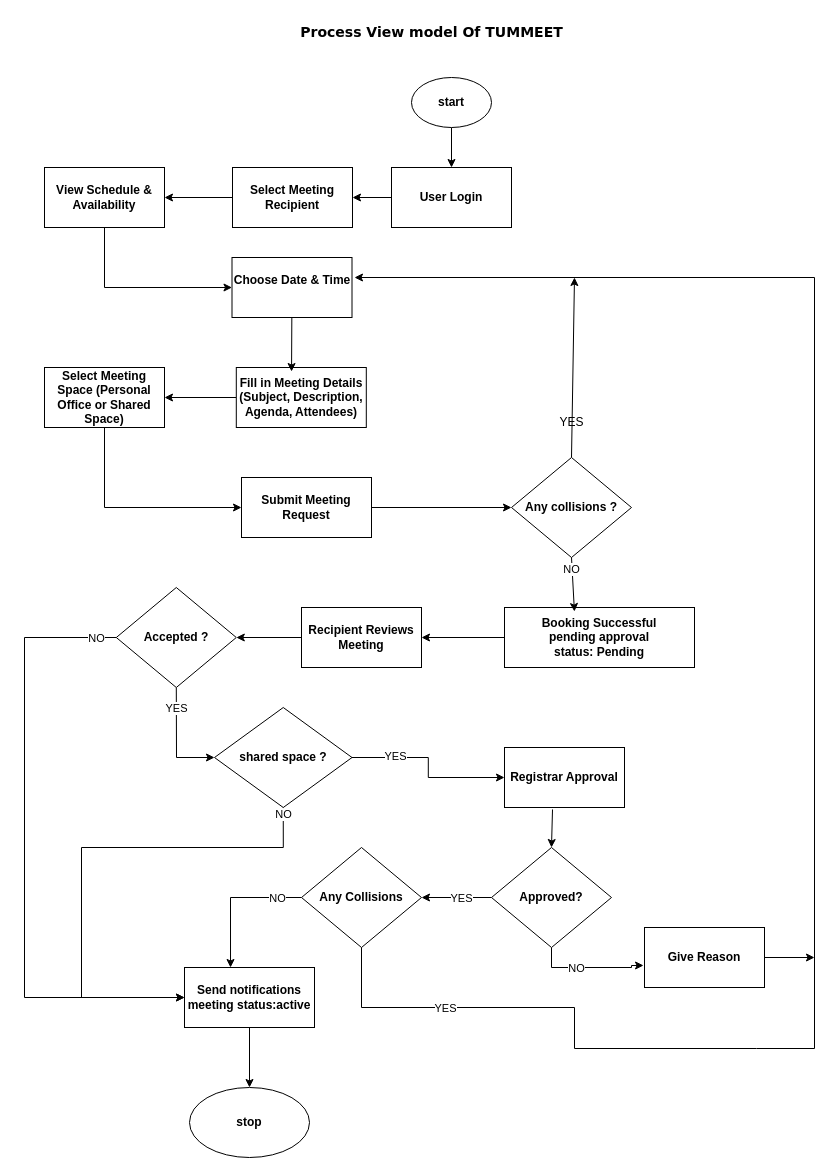
This is page "Page-3" (3 of 4) of Untitled Diagram.drawio from kiavin/auth_pages, a draw.io file, before an edit. Source tidied: cells renumbered, new cells numbered last; positions are measured from the earlier drawing's top-left corner, leaving out a move shared by most shapes. Both pictures are drawn from the tidied source at 100%, with x=0, y=0 at pixel (24, 17).
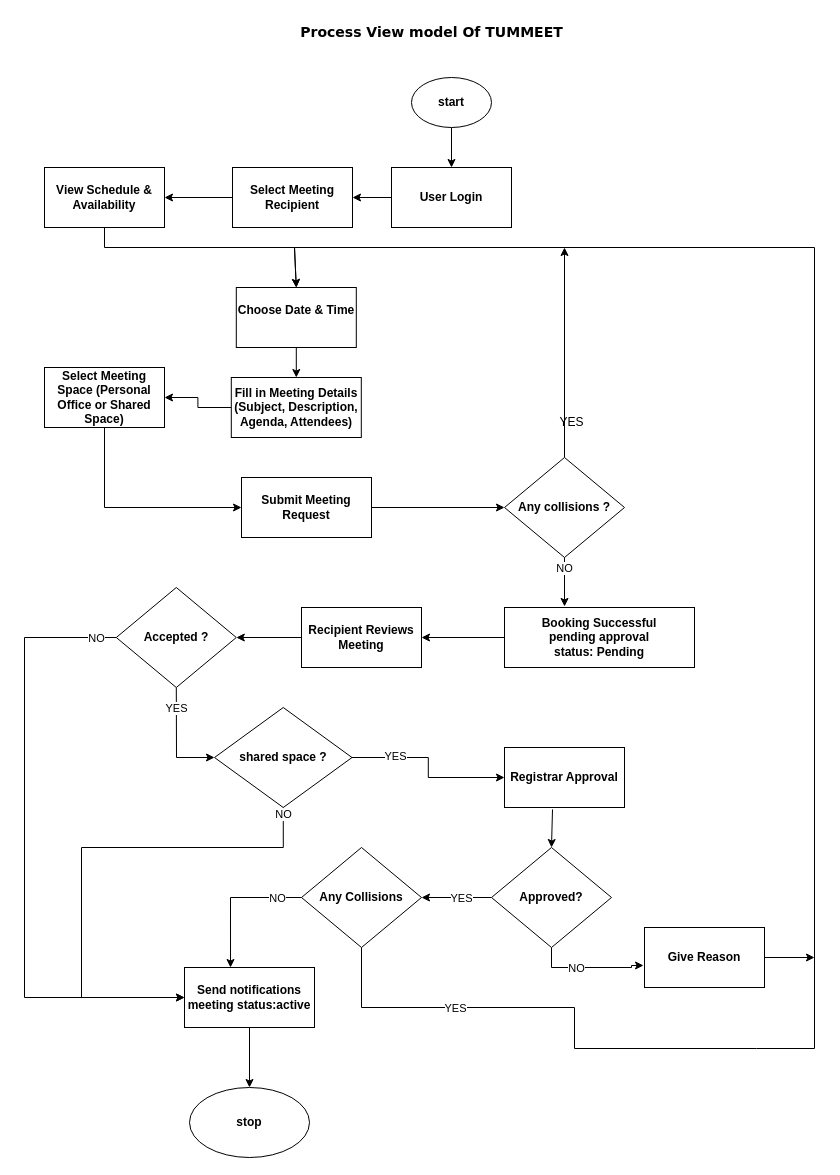
The same diagram, later.

Unchanged cells that the change refers to:
```xml
<mxCell id="8" value="&lt;b&gt;Booking Successful&lt;/b&gt;&lt;div&gt;&lt;b&gt;pending approval&lt;/b&gt;&lt;/div&gt;&lt;div&gt;&lt;b&gt;status: Pending&lt;br&gt;&lt;/b&gt;&lt;/div&gt;" style="rounded=0;whiteSpace=wrap;html=1;" parent="1" vertex="1">
  <mxGeometry x="480" y="590" width="190" height="60" as="geometry" />
</mxCell>
<mxCell id="15" value="&lt;b&gt;View Schedule &amp;amp; Availability&lt;/b&gt;" style="rounded=0;whiteSpace=wrap;html=1;" parent="1" vertex="1">
  <mxGeometry x="20" y="150" width="120" height="60" as="geometry" />
</mxCell>
<mxCell id="24" value="&lt;b&gt;Any Collisions&lt;/b&gt;" style="rhombus;whiteSpace=wrap;html=1;" parent="1" vertex="1">
  <mxGeometry x="277" y="830" width="120" height="100" as="geometry" />
</mxCell>
```

What changed in the source:
```diff
@@
     <mxCell id="11" value="&lt;div&gt;&lt;b&gt;Choose Date &amp;amp; Time&lt;/b&gt;&lt;/div&gt;&lt;div&gt;&lt;b&gt;&lt;br&gt;&lt;/b&gt;&lt;/div&gt;" style="rounded=0;whiteSpace=wrap;html=1;" parent="1" vertex="1">
-      <mxGeometry x="207.5" y="240" width="120" height="60" as="geometry" />
+      <mxGeometry x="211.8" y="270" width="120" height="60" as="geometry" />
     </mxCell>
@@
-    <mxCell id="14" style="rounded=0;jettySize=auto;html=1;exitX=0.5;exitY=1;exitDx=0;exitDy=0;" parent="1" edge="1" source="15" target="11">
+    <mxCell id="14" style="rounded=0;jettySize=auto;html=1;exitX=0.5;exitY=1;exitDx=0;exitDy=0;entryX=0.5;entryY=0;entryDx=0;entryDy=0;" parent="1" edge="1" source="15" target="11">
       <mxGeometry relative="1" as="geometry">
         <Array as="points">
-          <mxPoint x="80" y="270" />
+          <mxPoint x="80" y="230" />
+          <mxPoint x="270" y="230" />
         </Array>
       </mxGeometry>
     </mxCell>
@@
     <mxCell id="16" style="rounded=0;jettySize=auto;html=1;exitX=0.5;exitY=0;exitDx=0;exitDy=0;" parent="1" edge="1" source="17">
       <mxGeometry relative="1" as="geometry">
-        <mxPoint x="550" y="260" as="targetPoint" />
+        <mxPoint x="540" y="230" as="targetPoint" />
       </mxGeometry>
     </mxCell>
     <mxCell id="17" value="&lt;b&gt;Any &lt;span&gt;&lt;span&gt;collisions ?&lt;br&gt;&lt;/span&gt;&lt;/span&gt;&lt;/b&gt;" style="rhombus;whiteSpace=wrap;html=1;" parent="1" vertex="1">
-      <mxGeometry x="487" y="440" width="120" height="100" as="geometry" />
+      <mxGeometry x="480" y="440" width="120" height="100" as="geometry" />
     </mxCell>
@@
-    <mxCell id="25" style="rounded=0;jettySize=auto;html=1;exitX=0.5;exitY=1;exitDx=0;exitDy=0;" parent="1" edge="1" source="24">
+    <mxCell id="25" style="rounded=0;jettySize=auto;html=1;exitX=0.5;exitY=1;exitDx=0;exitDy=0;entryX=0.5;entryY=0;entryDx=0;entryDy=0;" parent="1" edge="1" source="24" target="11">
       <mxGeometry relative="1" as="geometry">
-        <mxPoint x="330" y="260" as="targetPoint" />
         <Array as="points">
           <mxPoint x="337" y="990" />
           <mxPoint x="550" y="990" />
           <mxPoint x="550" y="1031" />
           <mxPoint x="732" y="1031" />
           <mxPoint x="790" y="1031" />
-          <mxPoint x="790" y="260" />
+          <mxPoint x="790" y="230" />
+          <mxPoint x="270" y="230" />
         </Array>
       </mxGeometry>
     </mxCell>
@@
     <mxCell id="29" value="&lt;strong&gt;Fill in Meeting Details (Subject, Description, Agenda, Attendees)&lt;/strong&gt;" style="rounded=0;whiteSpace=wrap;html=1;" parent="1" vertex="1">
-      <mxGeometry x="211.8" y="350" width="130" height="60" as="geometry" />
+      <mxGeometry x="206.8" y="360" width="130" height="60" as="geometry" />
     </mxCell>
@@
-    <mxCell id="32" style="rounded=0;jettySize=auto;html=1;exitX=0.5;exitY=1;exitDx=0;exitDy=0;entryX=0.368;entryY=0.067;entryDx=0;entryDy=0;entryPerimeter=0;" parent="1" edge="1" source="17" target="8">
+    <mxCell id="32" style="rounded=0;jettySize=auto;html=1;exitX=0.5;exitY=1;exitDx=0;exitDy=0;entryX=0.316;entryY=-0.017;entryDx=0;entryDy=0;entryPerimeter=0;" parent="1" edge="1" source="17" target="8">
       <mxGeometry relative="1" as="geometry" />
     </mxCell>
@@
-    <mxCell id="34" style="rounded=0;jettySize=auto;html=1;entryX=0.425;entryY=0.067;entryDx=0;entryDy=0;entryPerimeter=0;" parent="1" edge="1" source="11" target="29">
+    <mxCell id="34" style="rounded=0;jettySize=auto;html=1;entryX=0.5;entryY=0;entryDx=0;entryDy=0;" parent="1" edge="1" source="11" target="29">
       <mxGeometry relative="1" as="geometry" />
     </mxCell>
```
